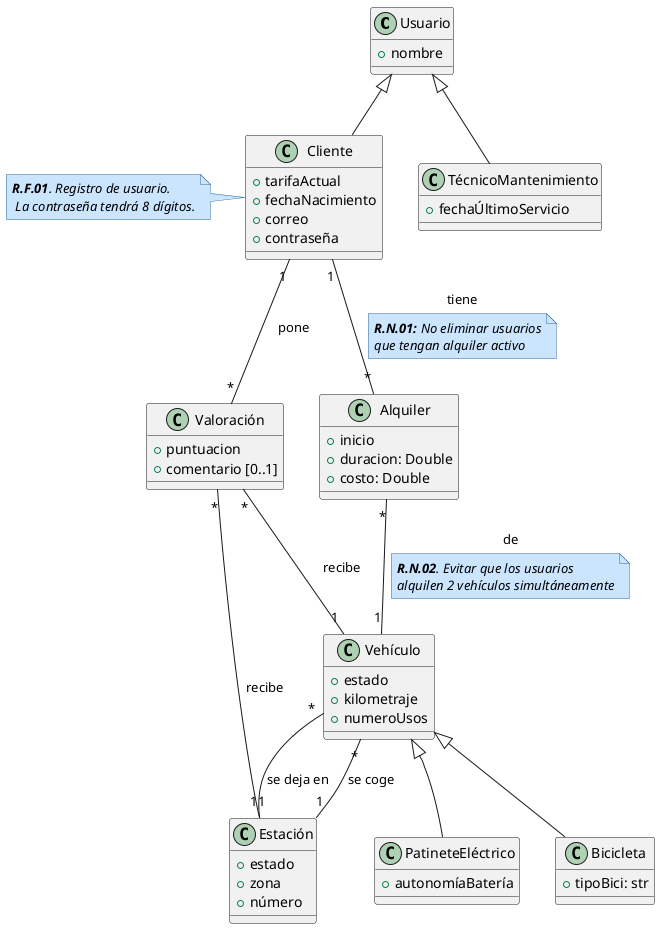
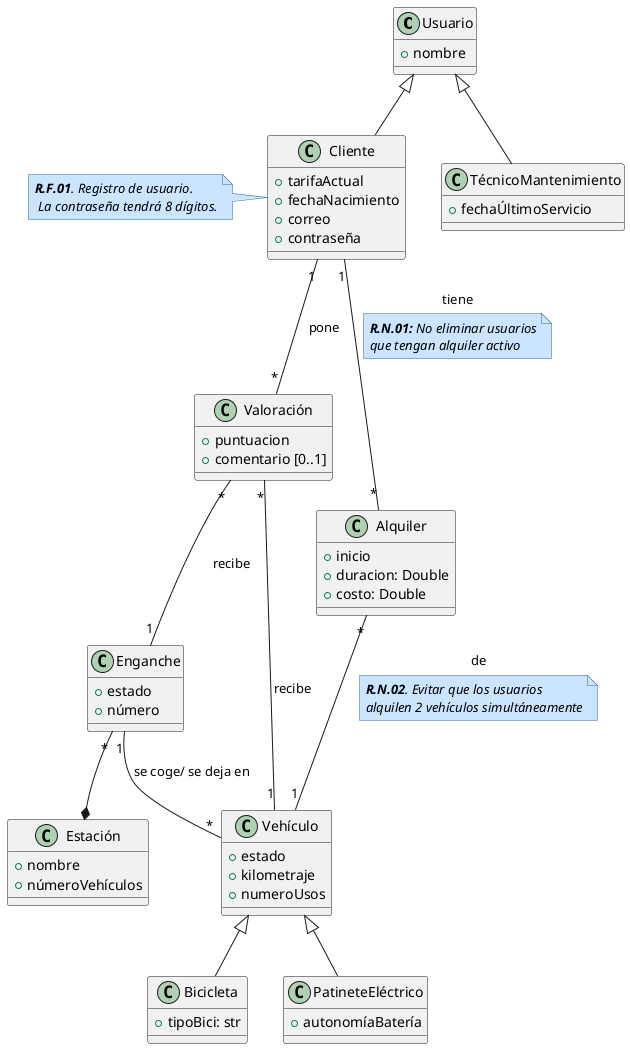
@startuml DiagramaClases

skinparam note {
  BackgroundColor #cce5ff
  BorderColor #336699
  FontStyle italic
}

class Usuario {
    +nombre
}

class Cliente {
    +tarifaActual
    +fechaNacimiento
    +correo
    +contraseña
}
note left:**R.F.01**. Registro de usuario. \n La contraseña tendrá 8 dígitos.

class TécnicoMantenimiento {
    +fechaÚltimoServicio
}

class Valoración {
    +puntuacion
    +comentario [0..1]
}

class Alquiler {
    +inicio
    +duracion: Double
    +costo: Double
}

class Vehículo {
    +estado
    +kilometraje
    +numeroUsos
}

'Una estación se refiere a un enganche específico,'
'para decir a qué grupo de bicis pertenece se utiliza el atributo zona'
'Se ha puesto así para poder poner en qué enganche (estación) se encuentra'
'una bici específica, si no no se podría identificar la bici averiada por ejemplo.'

class Estación {
+     +nombre
+     +númeroVehículos
+ }
+ 
+ class Enganche {
    +estado
-     +zona
    +número
}

class Bicicleta {
    +tipoBici: str
}

class PatineteEléctrico {
    +autonomíaBatería
}

Usuario <|-- Cliente
Usuario <|-- TécnicoMantenimiento

+ Enganche "*"--* Estación
+ 
'Relación directa valoraciones'
Cliente "1"--"*" Valoración : pone
Valoración "*"--"1" Vehículo : recibe
- Valoración "*"--"1" Estación : recibe
+ Valoración "*"--"1" Enganche : recibe

- Estación"1" -- "*"Vehículo : se coge
- Vehículo"*" -- "1"Estación :se deja en
+ Enganche"1" -- "*"Vehículo : se coge/ se deja en
+ 

'Relacion de Alquileres'
Cliente "1"--"*"  Alquiler: tiene
'Requisitos seguidos de relacion a linkear'
note on link
  **R.N.01:** No eliminar usuarios
  que tengan alquiler activo
end note

Alquiler "*"--"1" Vehículo: de
note on link
    **R.N.02**. Evitar que los usuarios
    alquilen 2 vehículos simultáneamente
end note

Vehículo <|-- Bicicleta
Vehículo <|-- PatineteEléctrico


@enduml